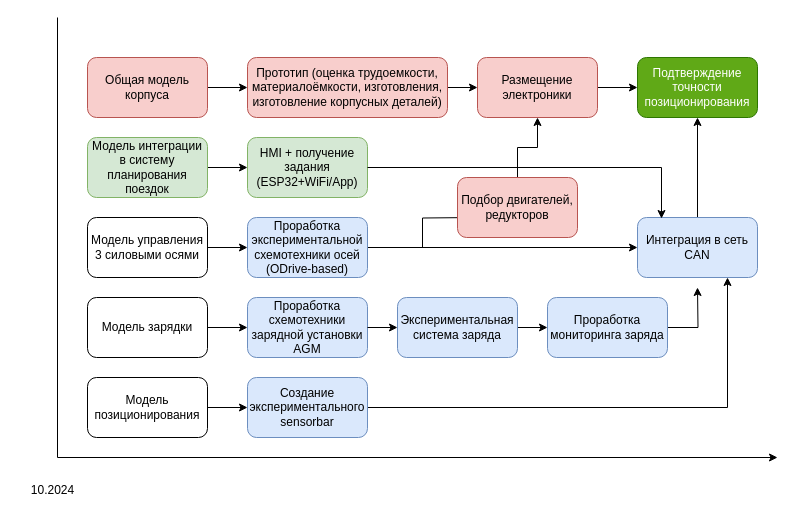
The draw.io diagram page "Common model" (1 of 2) of stallboy.drawio in megavad/Diagrams, before the edit. Source tidied: cells renumbered, new cells numbered last; positions are measured from the earlier drawing's top-left corner, leaving out a move shared by most shapes. Both pictures are drawn from the tidied source at 100%, with x=0, y=0 at pixel (17, 17).
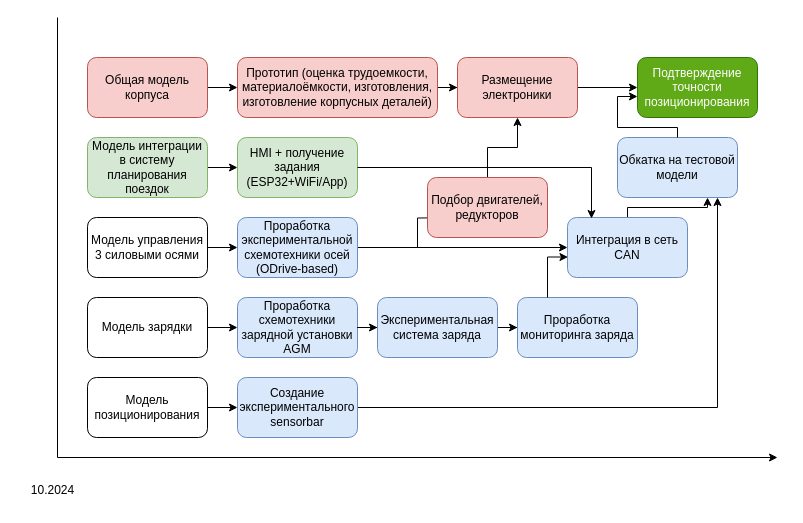
The same page after the edit.

Unchanged cells that the change refers to:
```xml
<mxCell id="34" value="Подтверждение точности позиционирования" style="rounded=1;whiteSpace=wrap;html=1;fillColor=#60a917;strokeColor=#2D7600;fontColor=#ffffff;" parent="1" vertex="1">
  <mxGeometry x="620" y="40" width="120" height="60" as="geometry" />
</mxCell>
```

What changed in the source:
```diff
@@
     <mxCell id="12" value="Прототип (оценка трудоемкости, материалоёмкости, изготовления, изготовление корпусных деталей)" style="rounded=1;whiteSpace=wrap;html=1;fillColor=#f8cecc;strokeColor=#b85450;" parent="1" vertex="1">
-      <mxGeometry x="230" y="40" width="200" height="60" as="geometry" />
+      <mxGeometry x="220" y="40" width="200" height="60" as="geometry" />
     </mxCell>
@@
     <mxCell id="15" value="Проработка экспериментальной&lt;div&gt;схемотехники осей (ODrive-based)&lt;/div&gt;" style="rounded=1;whiteSpace=wrap;html=1;fillColor=#dae8fc;strokeColor=#6c8ebf;" parent="1" vertex="1">
-      <mxGeometry x="230" y="200" width="120" height="60" as="geometry" />
+      <mxGeometry x="220" y="200" width="120" height="60" as="geometry" />
     </mxCell>
@@
     <mxCell id="18" value="Проработка схемотехники зарядной установки AGM" style="rounded=1;whiteSpace=wrap;html=1;fillColor=#dae8fc;strokeColor=#6c8ebf;" parent="1" vertex="1">
-      <mxGeometry x="230" y="280" width="120" height="60" as="geometry" />
+      <mxGeometry x="220" y="280" width="120" height="60" as="geometry" />
     </mxCell>
-    <mxCell id="19" style="edgeStyle=orthogonalEdgeStyle;rounded=0;jettySize=auto;html=1;" parent="1" edge="1" source="20">
-      <mxGeometry relative="1" as="geometry">
-        <mxPoint x="680" y="270" as="targetPoint" />
-      </mxGeometry>
-    </mxCell>
     <mxCell id="20" value="Проработка мониторинга заряда" style="rounded=1;whiteSpace=wrap;html=1;fillColor=#dae8fc;strokeColor=#6c8ebf;" parent="1" vertex="1">
-      <mxGeometry x="530" y="280" width="120" height="60" as="geometry" />
+      <mxGeometry x="500" y="280" width="120" height="60" as="geometry" />
     </mxCell>
-    <mxCell id="21" style="edgeStyle=orthogonalEdgeStyle;rounded=0;jettySize=auto;html=1;entryX=0.75;entryY=1;entryDx=0;entryDy=0;" parent="1" edge="1" source="22" target="24">
-      <mxGeometry relative="1" as="geometry" />
-    </mxCell>
+    <mxCell id="37" style="edgeStyle=orthogonalEdgeStyle;rounded=0;jettySize=auto;html=1;" parent="1" edge="1" source="22" target="39">
+      <mxGeometry relative="1" as="geometry">
+        <Array as="points">
+          <mxPoint x="700" y="390" />
+        </Array>
+      </mxGeometry>
+    </mxCell>
     <mxCell id="22" value="Создание экспериментального sensorbar" style="rounded=1;whiteSpace=wrap;html=1;fillColor=#dae8fc;strokeColor=#6c8ebf;" parent="1" vertex="1">
-      <mxGeometry x="230" y="360" width="120" height="60" as="geometry" />
+      <mxGeometry x="220" y="360" width="120" height="60" as="geometry" />
     </mxCell>
-    <mxCell id="23" style="edgeStyle=orthogonalEdgeStyle;rounded=0;jettySize=auto;html=1;entryX=0.5;entryY=1;entryDx=0;entryDy=0;" parent="1" edge="1" source="24" target="34">
-      <mxGeometry relative="1" as="geometry" />
-    </mxCell>
+    <mxCell id="38" style="edgeStyle=orthogonalEdgeStyle;rounded=0;jettySize=auto;html=1;entryX=0.75;entryY=1;entryDx=0;entryDy=0;" parent="1" edge="1" source="24" target="39">
+      <mxGeometry relative="1" as="geometry">
+        <Array as="points">
+          <mxPoint x="610" y="190" />
+          <mxPoint x="690" y="190" />
+        </Array>
+      </mxGeometry>
+    </mxCell>
     <mxCell id="24" value="Интеграция в сеть CAN" style="rounded=1;whiteSpace=wrap;html=1;fillColor=#dae8fc;strokeColor=#6c8ebf;" parent="1" vertex="1">
-      <mxGeometry x="620" y="200" width="120" height="60" as="geometry" />
+      <mxGeometry x="550" y="200" width="120" height="60" as="geometry" />
     </mxCell>
@@
     <mxCell id="27" value="HMI + получение задания&lt;div&gt;(ESP32+WiFi/App)&lt;/div&gt;" style="rounded=1;whiteSpace=wrap;html=1;fillColor=#d5e8d4;strokeColor=#82b366;" parent="1" vertex="1">
-      <mxGeometry x="230" y="120" width="120" height="60" as="geometry" />
+      <mxGeometry x="220" y="120" width="120" height="60" as="geometry" />
     </mxCell>
@@
     <mxCell id="30" value="Размещение электроники" style="rounded=1;whiteSpace=wrap;html=1;fillColor=#f8cecc;strokeColor=#b85450;" parent="1" vertex="1">
-      <mxGeometry x="460" y="40" width="120" height="60" as="geometry" />
+      <mxGeometry x="440" y="40" width="120" height="60" as="geometry" />
     </mxCell>
@@
     <mxCell id="33" value="Подбор двигателей, редукторов" style="rounded=1;whiteSpace=wrap;html=1;fillColor=#f8cecc;strokeColor=#b85450;" parent="1" vertex="1">
-      <mxGeometry x="440" y="160" width="120" height="60" as="geometry" />
+      <mxGeometry x="410" y="160" width="120" height="60" as="geometry" />
     </mxCell>
@@
     <mxCell id="36" value="Экспериментальная система заряда" style="rounded=1;whiteSpace=wrap;html=1;fillColor=#dae8fc;strokeColor=#6c8ebf;" parent="1" vertex="1">
-      <mxGeometry x="380" y="280" width="120" height="60" as="geometry" />
+      <mxGeometry x="360" y="280" width="120" height="60" as="geometry" />
     </mxCell>
+    <mxCell id="39" value="Обкатка на тестовой модели" style="rounded=1;whiteSpace=wrap;html=1;fillColor=#dae8fc;strokeColor=#6c8ebf;" parent="1" vertex="1">
+      <mxGeometry x="600" y="120" width="120" height="60" as="geometry" />
+    </mxCell>
+    <mxCell id="40" style="edgeStyle=orthogonalEdgeStyle;rounded=0;jettySize=auto;html=1;entryX=0;entryY=0.65;entryDx=0;entryDy=0;entryPerimeter=0;" parent="1" edge="1" source="39" target="34">
+      <mxGeometry relative="1" as="geometry">
+        <Array as="points">
+          <mxPoint x="660" y="110" />
+          <mxPoint x="600" y="110" />
+          <mxPoint x="600" y="79" />
+        </Array>
+      </mxGeometry>
+    </mxCell>
+    <mxCell id="41" style="edgeStyle=orthogonalEdgeStyle;rounded=0;jettySize=auto;html=1;entryX=0.004;entryY=0.659;entryDx=0;entryDy=0;entryPerimeter=0;" parent="1" edge="1" source="20" target="24">
+      <mxGeometry relative="1" as="geometry">
+        <Array as="points">
+          <mxPoint x="530" y="240" />
+        </Array>
+      </mxGeometry>
+    </mxCell>
```
